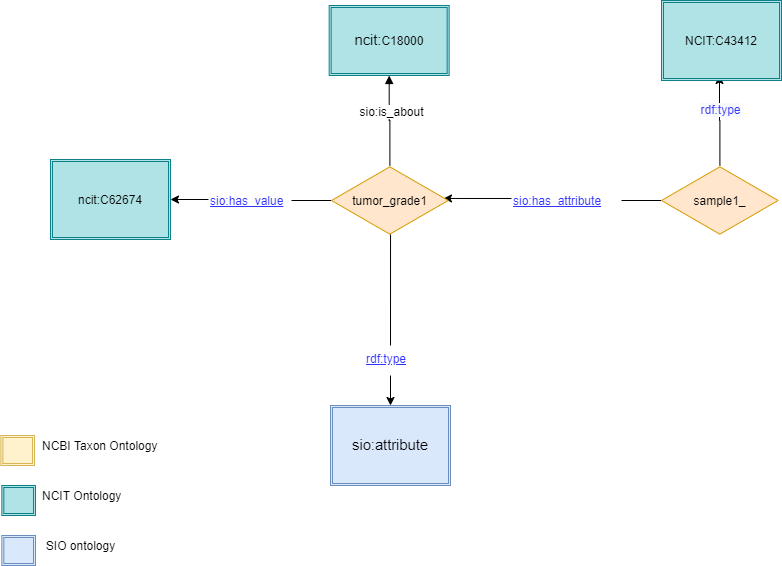
Before: images/sample_tumorgrowth.png, a diagram exported from draw.io (LUMC-BioSemantics/phenopackets-rdf-schema). Source tidied: cells renumbered, new cells last; positions are measured from the earlier drawing's top-left corner, leaving out a move shared by most shapes. Source of this version:
```xml
<mxGraphModel>
  <root>
    <mxCell id="0" />
    <mxCell id="1" parent="0" />
    <mxCell id="2" style="edgeStyle=orthogonalEdgeStyle;rounded=0;jettySize=auto;html=1;" parent="1" edge="1" source="5">
      <mxGeometry relative="1" as="geometry">
        <mxPoint x="719" y="75" as="targetPoint" />
      </mxGeometry>
    </mxCell>
    <mxCell id="3" value="&lt;span style=&quot;color: rgb(51 , 51 , 255) ; text-align: left ; background-color: rgb(248 , 249 , 250)&quot;&gt;rdf:type&lt;/span&gt;" style="text;html=1;align=center;verticalAlign=middle;labelBackgroundColor=#ffffff;" parent="2" vertex="1">
      <mxGeometry x="0.25" relative="1" as="geometry" />
    </mxCell>
    <mxCell id="4" style="edgeStyle=orthogonalEdgeStyle;rounded=0;jettySize=auto;html=1;entryX=0.96;entryY=0.471;entryDx=0;entryDy=0;entryPerimeter=0;" parent="1" edge="1" source="5" target="10">
      <mxGeometry relative="1" as="geometry" />
    </mxCell>
    <mxCell id="5" value="sample1_" style="html=1;whiteSpace=wrap;shape=isoRectangle;fillColor=#ffe6cc;strokeColor=#d79b00;" parent="1" vertex="1">
      <mxGeometry x="661" y="165" width="116.7" height="70" as="geometry" />
    </mxCell>
    <mxCell id="6" style="edgeStyle=orthogonalEdgeStyle;rounded=0;jettySize=auto;html=1;endArrow=block;endFill=1;" parent="1" edge="1" source="10" target="11">
      <mxGeometry relative="1" as="geometry" />
    </mxCell>
    <mxCell id="7" value="&lt;span style=&quot;color: rgba(0 , 0 , 0 , 0) ; font-family: monospace ; font-size: 0px ; background-color: rgb(248 , 249 , 250)&quot;&gt;%3CmxGraphModel%3E%3Croot%3E%3CmxCell%20id%3D%220%22%2F%3E%3CmxCell%20id%3D%221%22%20parent%3D%220%22%2F%3E%3CmxCell%20id%3D%222%22%20value%3D%22%26lt%3Bspan%20id%3D%26quot%3Bdocs-internal-guid-eb0647e2-7fff-5d60-63e0-9c9ca8a49b45%26quot%3B%26gt%3B%26lt%3Bspan%20style%3D%26quot%3Bfont-family%3A%20%26amp%3Bquot%3Barial%26amp%3Bquot%3B%20%3B%20background-color%3A%20transparent%20%3B%20vertical-align%3A%20baseline%20%3B%20white-space%3A%20pre-wrap%26quot%3B%26gt%3B%26lt%3Bfont%20style%3D%26quot%3Bfont-size%3A%2012px%26quot%3B%26gt%3B%26lt%3Ba%20href%3D%26quot%3Bhttp%3A%2F%2Fsemanticscience.org%2Fresource%2FSIO_000332%26quot%3B%26gt%3Bsio%3Ais_about%26lt%3B%2Fa%26gt%3B%26lt%3B%2Ffont%26gt%3B%26lt%3B%2Fspan%26gt%3B%26lt%3B%2Fspan%26gt%3B%22%20style%3D%22text%3Bhtml%3D1%3Balign%3Dcenter%3BverticalAlign%3Dmiddle%3Bresizable%3D0%3Bpoints%3D%5B%5D%3BlabelBackgroundColor%3D%23ffffff%3B%22%20vertex%3D%221%22%20connectable%3D%220%22%20parent%3D%221%22%3E%3CmxGeometry%20x%3D%22634.0000206784352%22%20y%3D%22140%22%20as%3D%22geometry%22%3E%3CmxPoint%20x%3D%226.1%22%20y%3D%22-6%22%20as%3D%22offset%22%2F%3E%3C%2FmxGeometry%3E%3C%2FmxCell%3E%3C%2Froot%3E%3C%2FmxGraphModel%3E&lt;/span&gt;" style="text;html=1;align=center;verticalAlign=middle;labelBackgroundColor=#ffffff;" parent="6" vertex="1">
      <mxGeometry x="0.27" y="-3" relative="1" as="geometry" />
    </mxCell>
    <mxCell id="8" value="&lt;a href=&quot;http://semanticscience.org/resource/SIO_000332&quot; style=&quot;font-family: &amp;#34;arial&amp;#34; ; white-space: pre-wrap&quot;&gt;sio:is_about&lt;/a&gt;" style="text;html=1;align=center;verticalAlign=middle;labelBackgroundColor=#ffffff;" parent="6" vertex="1">
      <mxGeometry x="0.21" y="-2" relative="1" as="geometry" />
    </mxCell>
    <mxCell id="9" style="edgeStyle=orthogonalEdgeStyle;rounded=0;jettySize=auto;html=1;entryX=1;entryY=0.5;entryDx=0;entryDy=0;" parent="1" edge="1" source="10" target="24">
      <mxGeometry relative="1" as="geometry" />
    </mxCell>
    <mxCell id="10" value="tumor_grade1" style="html=1;whiteSpace=wrap;shape=isoRectangle;fillColor=#ffe6cc;strokeColor=#d79b00;" parent="1" vertex="1">
      <mxGeometry x="331" y="165" width="116.7" height="70" as="geometry" />
    </mxCell>
    <mxCell id="11" value="&lt;span id=&quot;docs-internal-guid-bdaea524-7fff-06aa-7cd4-257fde9ba18e&quot;&gt;&lt;a href=&quot;http://purl.obolibrary.org/obo/NCIT_C18000&quot;&gt;&lt;span style=&quot;font-size: 11pt ; font-family: &amp;#34;arial&amp;#34; ; vertical-align: baseline&quot;&gt;ncit:&lt;/span&gt;&lt;span style=&quot;font-size: 9pt ; font-family: &amp;#34;arial&amp;#34; ; vertical-align: baseline&quot;&gt;C18000&lt;/span&gt;&lt;/a&gt;&lt;/span&gt;" style="shape=ext;double=1;rounded=0;whiteSpace=wrap;html=1;fillColor=#b0e3e6;strokeColor=#0e8088;" parent="1" vertex="1">
      <mxGeometry x="328.7" y="5" width="120" height="70" as="geometry" />
    </mxCell>
    <mxCell id="12" style="edgeStyle=orthogonalEdgeStyle;rounded=0;jettySize=auto;html=1;entryX=0.5;entryY=0;entryDx=0;entryDy=0;exitX=0.506;exitY=0.986;exitDx=0;exitDy=0;exitPerimeter=0;" parent="1" edge="1" source="10" target="13">
      <mxGeometry relative="1" as="geometry" />
    </mxCell>
    <mxCell id="13" value="&lt;span id=&quot;docs-internal-guid-8f74fef7-7fff-950d-9f81-6043d910d740&quot;&gt;&lt;span style=&quot;font-size: 11pt ; font-family: &amp;quot;arial&amp;quot; ; background-color: transparent ; vertical-align: baseline ; white-space: pre-wrap&quot;&gt;&lt;a href=&quot;http://semanticscience.org/resource/SIO_000614&quot;&gt;sio:attribute&lt;/a&gt;&lt;/span&gt;&lt;/span&gt;" style="shape=ext;double=1;rounded=0;whiteSpace=wrap;html=1;fillColor=#dae8fc;strokeColor=#6c8ebf;" parent="1" vertex="1">
      <mxGeometry x="330" y="405" width="120" height="80" as="geometry" />
    </mxCell>
    <mxCell id="14" value="rdf:type" style="text;html=1;fontStyle=4;fontColor=#3333FF;fillColor=#ffffff;" parent="1" vertex="1">
      <mxGeometry x="364.4" y="345" width="70" height="30" as="geometry" />
    </mxCell>
    <mxCell id="15" value="&lt;span id=&quot;docs-internal-guid-7b15e744-7fff-85c7-7e00-4e1183ed2634&quot;&gt;&lt;span style=&quot;font-family: &amp;#34;arial&amp;#34; ; vertical-align: baseline&quot;&gt;&lt;font style=&quot;font-size: 12px&quot;&gt;&lt;a href=&quot;http://purl.obolibrary.org/obo/NCIT_C43412&quot;&gt;NCIT:C43412&lt;/a&gt;&lt;/font&gt;&lt;/span&gt;&lt;/span&gt;" style="shape=ext;double=1;rounded=0;whiteSpace=wrap;html=1;fillColor=#b0e3e6;strokeColor=#0e8088;" parent="1" vertex="1">
      <mxGeometry x="661" width="120" height="80" as="geometry" />
    </mxCell>
    <mxCell id="16" value="sio:has_attribute" style="text;html=1;fontColor=#3333FF;fontStyle=4;fillColor=#ffffff;" parent="1" vertex="1">
      <mxGeometry x="511" y="187" width="110" height="30" as="geometry" />
    </mxCell>
    <mxCell id="17" style="shape=ext;double=1;rounded=0;whiteSpace=wrap;html=1;fillColor=#fff2cc;strokeColor=#d6b656;" parent="1" vertex="1">
      <mxGeometry x="0.3" y="435" width="33.7" height="30" as="geometry" />
    </mxCell>
    <mxCell id="18" style="shape=ext;double=1;rounded=0;whiteSpace=wrap;html=1;fillColor=#b0e3e6;strokeColor=#0e8088;" parent="1" vertex="1">
      <mxGeometry x="1.3" y="485" width="33.7" height="30" as="geometry" />
    </mxCell>
    <mxCell id="19" value="NCIT Ontology" style="text;html=1;align=left;verticalAlign=middle;fillColor=none;strokeColor=none;rounded=0;" parent="1" vertex="1">
      <mxGeometry x="40" y="485" width="90" height="20" as="geometry" />
    </mxCell>
    <mxCell id="20" value="NCBI Taxon Ontology" style="text;html=1;align=left;verticalAlign=middle;fillColor=none;strokeColor=none;rounded=0;" parent="1" vertex="1">
      <mxGeometry x="40" y="435" width="130" height="20" as="geometry" />
    </mxCell>
    <mxCell id="21" style="shape=ext;double=1;rounded=0;whiteSpace=wrap;html=1;fillColor=#dae8fc;strokeColor=#6c8ebf;" parent="1" vertex="1">
      <mxGeometry x="1.3" y="535" width="33.7" height="30" as="geometry" />
    </mxCell>
    <mxCell id="22" value="SIO ontology" style="text;html=1;align=center;verticalAlign=middle;" parent="1" vertex="1">
      <mxGeometry x="40" y="535" width="80" height="20" as="geometry" />
    </mxCell>
    <mxCell id="23" value="sio:has_value" style="text;html=1;fontStyle=4;fontColor=#3333FF;fillColor=#ffffff;" parent="1" vertex="1">
      <mxGeometry x="208" y="187" width="83" height="39" as="geometry" />
    </mxCell>
    <mxCell id="24" value="&lt;span id=&quot;docs-internal-guid-e1e99bb6-7fff-9e61-60dd-6f10a86dd25b&quot;&gt;&lt;span style=&quot;font-family: &amp;#34;arial&amp;#34; ; vertical-align: baseline&quot;&gt;&lt;font style=&quot;font-size: 12px&quot;&gt;&lt;a href=&quot;http://purl.obolibrary.org/obo/NCIT_C162674&quot;&gt;ncit:C62674&lt;/a&gt;&lt;/font&gt;&lt;/span&gt;&lt;/span&gt;" style="shape=ext;double=1;rounded=0;whiteSpace=wrap;html=1;fillColor=#b0e3e6;strokeColor=#0e8088;" parent="1" vertex="1">
      <mxGeometry x="50" y="159" width="120" height="80" as="geometry" />
    </mxCell>
  </root>
</mxGraphModel>
```
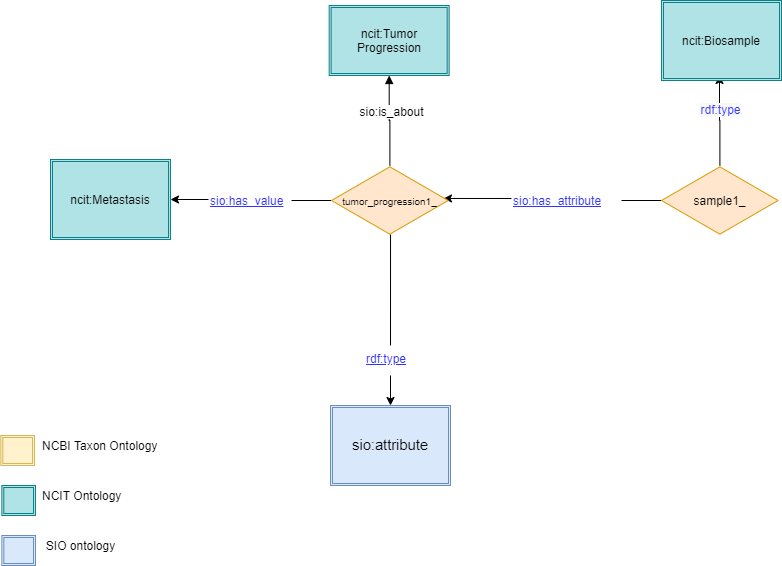
After the commit.

Change to the diagram source:
```diff
@@ -28,10 +28,10 @@
     <mxCell id="9" style="edgeStyle=orthogonalEdgeStyle;rounded=0;jettySize=auto;html=1;entryX=1;entryY=0.5;entryDx=0;entryDy=0;" parent="1" edge="1" source="10" target="24">
       <mxGeometry relative="1" as="geometry" />
     </mxCell>
-    <mxCell id="10" value="tumor_grade1" style="html=1;whiteSpace=wrap;shape=isoRectangle;fillColor=#ffe6cc;strokeColor=#d79b00;" parent="1" vertex="1">
+    <mxCell id="10" value="&lt;font style=&quot;font-size: 10px&quot;&gt;tumor_progression1_&lt;/font&gt;" style="html=1;whiteSpace=wrap;shape=isoRectangle;fillColor=#ffe6cc;strokeColor=#d79b00;" parent="1" vertex="1">
       <mxGeometry x="331" y="165" width="116.7" height="70" as="geometry" />
     </mxCell>
-    <mxCell id="11" value="&lt;span id=&quot;docs-internal-guid-bdaea524-7fff-06aa-7cd4-257fde9ba18e&quot;&gt;&lt;a href=&quot;http://purl.obolibrary.org/obo/NCIT_C18000&quot;&gt;&lt;span style=&quot;font-size: 11pt ; font-family: &amp;#34;arial&amp;#34; ; vertical-align: baseline&quot;&gt;ncit:&lt;/span&gt;&lt;span style=&quot;font-size: 9pt ; font-family: &amp;#34;arial&amp;#34; ; vertical-align: baseline&quot;&gt;C18000&lt;/span&gt;&lt;/a&gt;&lt;/span&gt;" style="shape=ext;double=1;rounded=0;whiteSpace=wrap;html=1;fillColor=#b0e3e6;strokeColor=#0e8088;" parent="1" vertex="1">
+    <mxCell id="11" value="&lt;span id=&quot;docs-internal-guid-114824f0-7fff-9022-b7ea-602e34947831&quot;&gt;&lt;span style=&quot;font-family: &amp;#34;arial&amp;#34; ; vertical-align: baseline&quot;&gt;&lt;font style=&quot;font-size: 12px&quot;&gt;&lt;a href=&quot;http://purl.obolibrary.org/obo/NCIT_C17609&quot;&gt;ncit:Tumor Progression&lt;/a&gt;&lt;/font&gt;&lt;/span&gt;&lt;/span&gt;" style="shape=ext;double=1;rounded=0;whiteSpace=wrap;html=1;fillColor=#b0e3e6;strokeColor=#0e8088;" parent="1" vertex="1">
       <mxGeometry x="328.7" y="5" width="120" height="70" as="geometry" />
     </mxCell>
     <mxCell id="12" style="edgeStyle=orthogonalEdgeStyle;rounded=0;jettySize=auto;html=1;entryX=0.5;entryY=0;entryDx=0;entryDy=0;exitX=0.506;exitY=0.986;exitDx=0;exitDy=0;exitPerimeter=0;" parent="1" edge="1" source="10" target="13">
@@ -43,7 +43,7 @@
     <mxCell id="14" value="rdf:type" style="text;html=1;fontStyle=4;fontColor=#3333FF;fillColor=#ffffff;" parent="1" vertex="1">
       <mxGeometry x="364.4" y="345" width="70" height="30" as="geometry" />
     </mxCell>
-    <mxCell id="15" value="&lt;span id=&quot;docs-internal-guid-7b15e744-7fff-85c7-7e00-4e1183ed2634&quot;&gt;&lt;span style=&quot;font-family: &amp;#34;arial&amp;#34; ; vertical-align: baseline&quot;&gt;&lt;font style=&quot;font-size: 12px&quot;&gt;&lt;a href=&quot;http://purl.obolibrary.org/obo/NCIT_C43412&quot;&gt;NCIT:C43412&lt;/a&gt;&lt;/font&gt;&lt;/span&gt;&lt;/span&gt;" style="shape=ext;double=1;rounded=0;whiteSpace=wrap;html=1;fillColor=#b0e3e6;strokeColor=#0e8088;" parent="1" vertex="1">
+    <mxCell id="15" value="&lt;span id=&quot;docs-internal-guid-7b15e744-7fff-85c7-7e00-4e1183ed2634&quot;&gt;&lt;span style=&quot;font-family: &amp;#34;arial&amp;#34; ; vertical-align: baseline&quot;&gt;&lt;font style=&quot;font-size: 12px&quot;&gt;&lt;a href=&quot;http://purl.obolibrary.org/obo/NCIT_C43412&quot;&gt;ncit:Biosample&lt;/a&gt;&lt;/font&gt;&lt;/span&gt;&lt;/span&gt;" style="shape=ext;double=1;rounded=0;whiteSpace=wrap;html=1;fillColor=#b0e3e6;strokeColor=#0e8088;" parent="1" vertex="1">
       <mxGeometry x="661" width="120" height="80" as="geometry" />
     </mxCell>
     <mxCell id="16" value="sio:has_attribute" style="text;html=1;fontColor=#3333FF;fontStyle=4;fillColor=#ffffff;" parent="1" vertex="1">
@@ -70,7 +70,7 @@
     <mxCell id="23" value="sio:has_value" style="text;html=1;fontStyle=4;fontColor=#3333FF;fillColor=#ffffff;" parent="1" vertex="1">
       <mxGeometry x="208" y="187" width="83" height="39" as="geometry" />
     </mxCell>
-    <mxCell id="24" value="&lt;span id=&quot;docs-internal-guid-e1e99bb6-7fff-9e61-60dd-6f10a86dd25b&quot;&gt;&lt;span style=&quot;font-family: &amp;#34;arial&amp;#34; ; vertical-align: baseline&quot;&gt;&lt;font style=&quot;font-size: 12px&quot;&gt;&lt;a href=&quot;http://purl.obolibrary.org/obo/NCIT_C162674&quot;&gt;ncit:C62674&lt;/a&gt;&lt;/font&gt;&lt;/span&gt;&lt;/span&gt;" style="shape=ext;double=1;rounded=0;whiteSpace=wrap;html=1;fillColor=#b0e3e6;strokeColor=#0e8088;" parent="1" vertex="1">
+    <mxCell id="24" value="&lt;span id=&quot;docs-internal-guid-e1e99bb6-7fff-9e61-60dd-6f10a86dd25b&quot;&gt;&lt;span style=&quot;font-family: &amp;#34;arial&amp;#34; ; vertical-align: baseline&quot;&gt;&lt;a href=&quot;http://purl.obolibrary.org/obo/NCIT_C19151&quot;&gt;&lt;font style=&quot;font-size: 12px&quot;&gt;ncit:Metastasis&lt;/font&gt;&lt;/a&gt;&lt;/span&gt;&lt;/span&gt;" style="shape=ext;double=1;rounded=0;whiteSpace=wrap;html=1;fillColor=#b0e3e6;strokeColor=#0e8088;" parent="1" vertex="1">
       <mxGeometry x="50" y="159" width="120" height="80" as="geometry" />
     </mxCell>
   </root>
```
